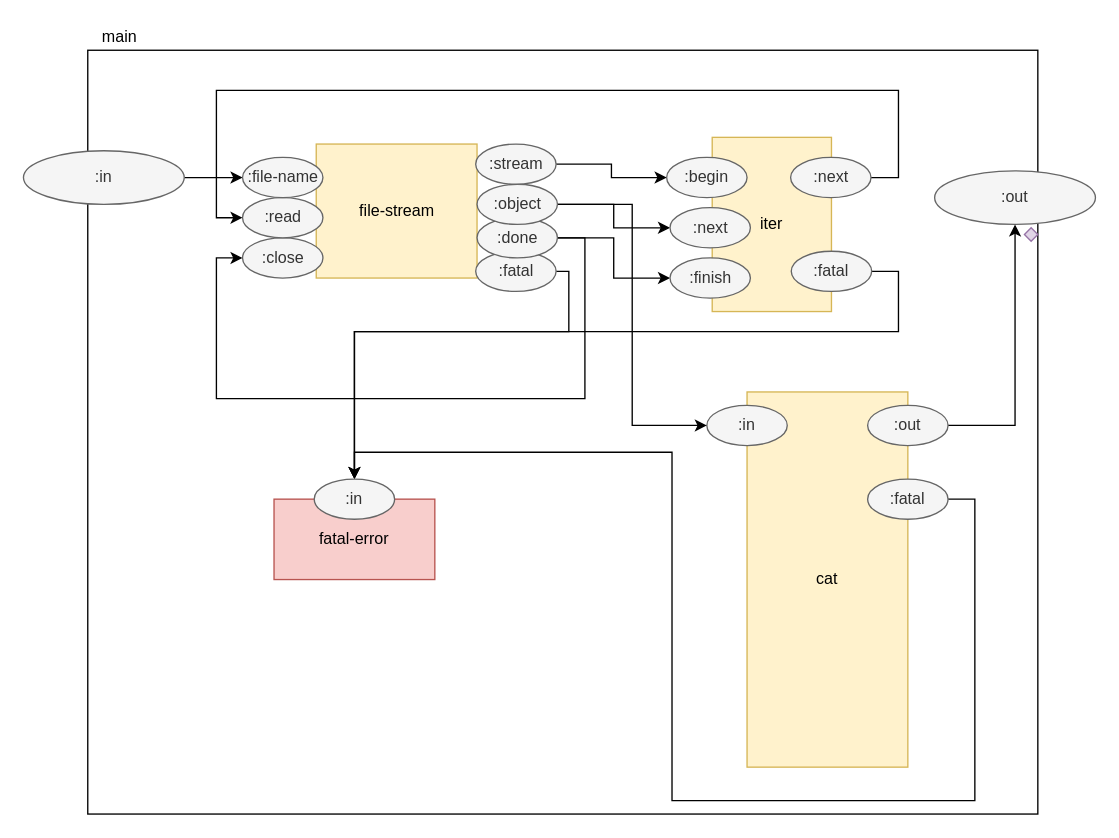
Above: feedback.drawio in guitarvydas/cl-event-passing (draw.io), before the change. Source tidied: cells renumbered, new cells numbered last; positions are measured from the earlier drawing's top-left corner, leaving out a move shared by most shapes. Both pictures are drawn from the tidied source at 134%, with x=0, y=0 at pixel (23, 23).
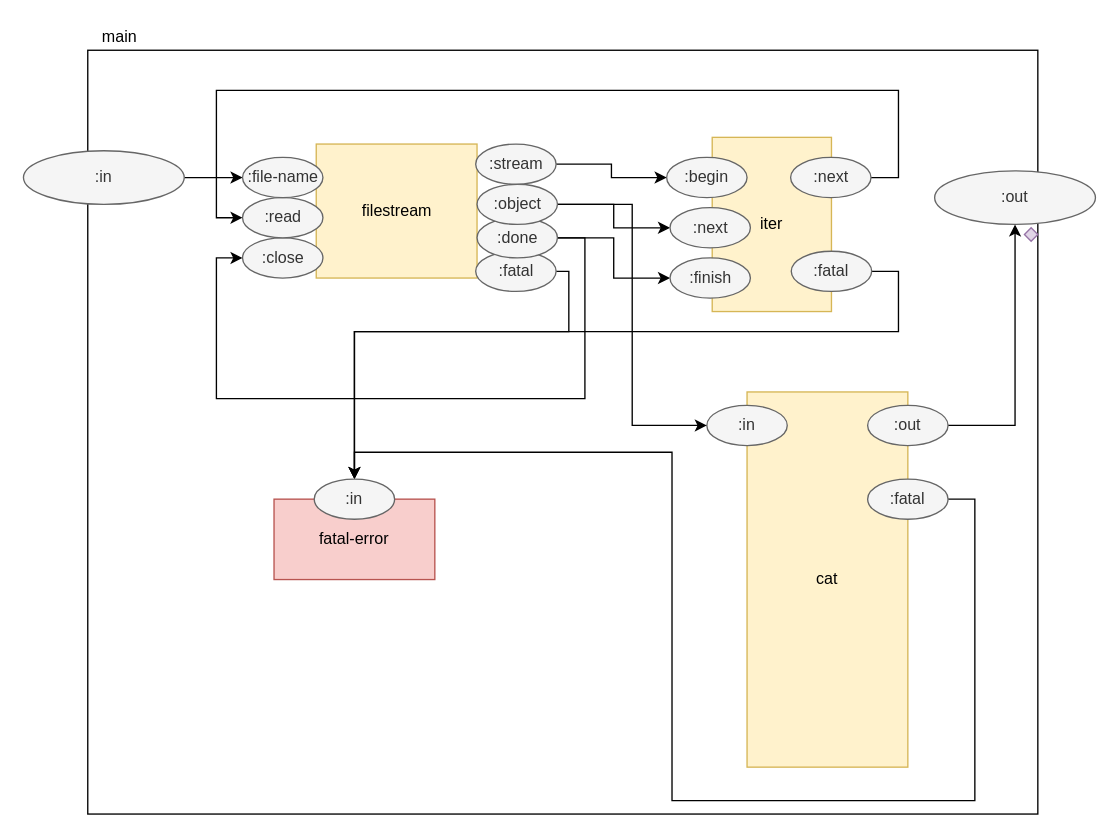
The same page after the edit.

Commit message (it also covers changes not shown here):
change file-stream to filestream

The edit, as a diff of the source:
```diff
@@
-    <mxCell id="11" value="file-stream" style="rounded=0;whiteSpace=wrap;html=1;fillColor=#fff2cc;strokeColor=#d6b656;" parent="1" vertex="1">
+    <mxCell id="11" value="filestream" style="rounded=0;whiteSpace=wrap;html=1;fillColor=#fff2cc;strokeColor=#d6b656;" parent="1" vertex="1">
       <mxGeometry x="218.5" y="90" width="120" height="100" as="geometry" />
     </mxCell>
```
